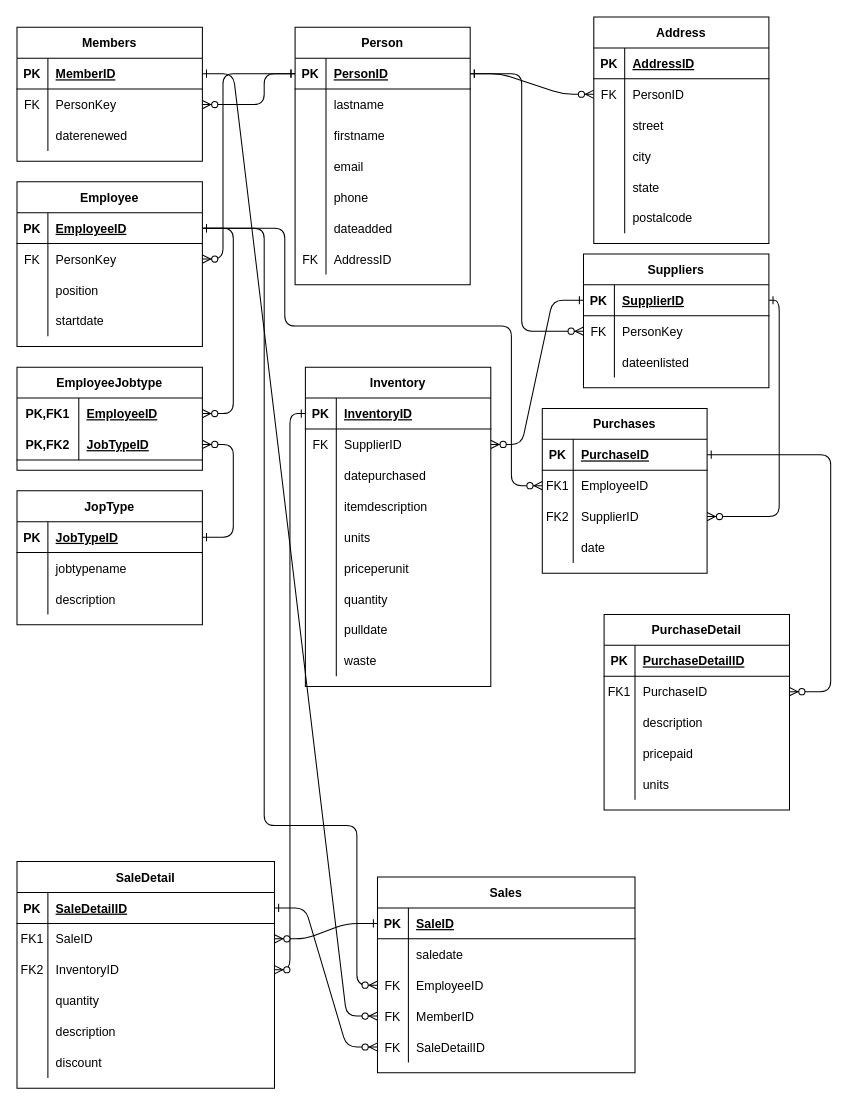
Above: Co-opERD.drawio in cavinginrainbows/databasedev (draw.io), before the change. Source tidied: cells renumbered, new cells numbered last; positions are measured from the earlier drawing's top-left corner, leaving out a move shared by most shapes. Both pictures are drawn from the tidied source at 103%, with x=0, y=0 at pixel (16, 16).
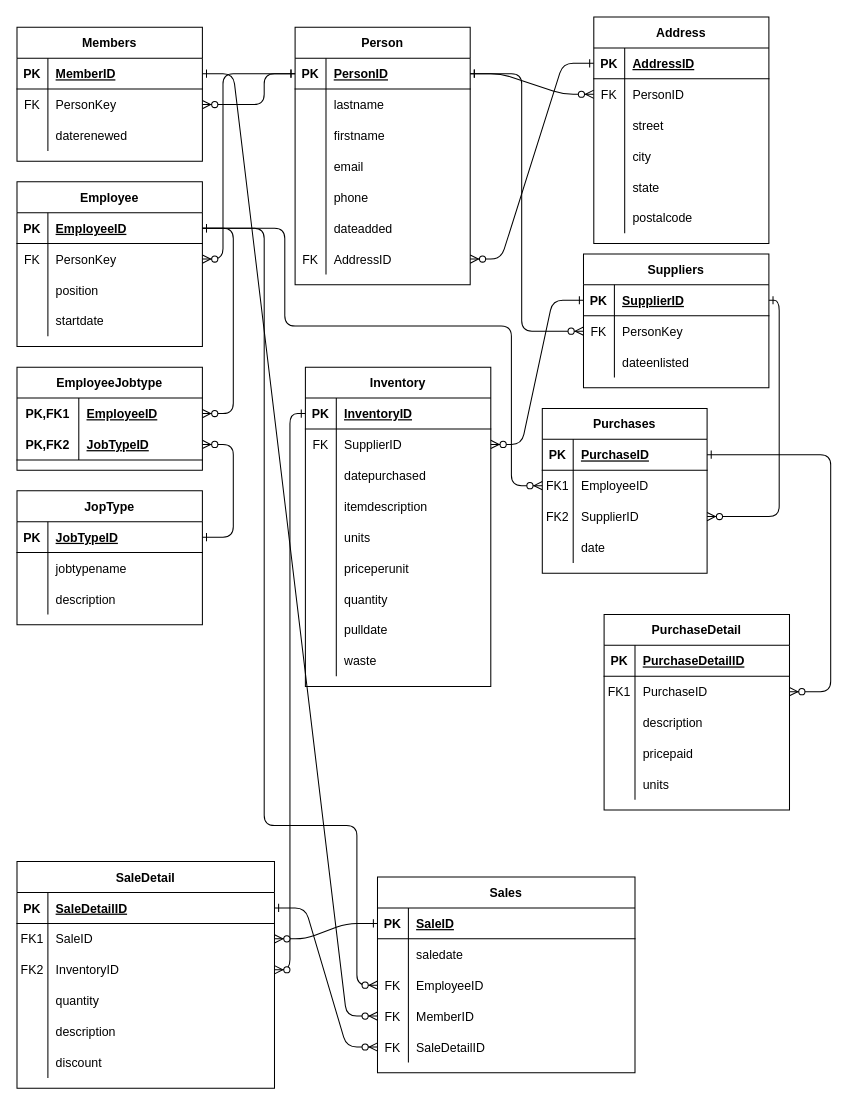
Above is the later version.

The change refers to these unchanged cells:
```xml
<mxCell id="94" style="shape=partialRectangle;fillColor=none;points=[[0,0.5],[1,0.5]];portConstraint=eastwest;top=0;left=0;right=0;bottom=0;" parent="75" vertex="1">
  <mxGeometry y="210" width="170" height="30" as="geometry" />
</mxCell>
<mxCell id="145" style="shape=partialRectangle;fillColor=none;points=[[0,0.5],[1,0.5]];portConstraint=eastwest;top=0;left=0;right=0;bottom=1;" parent="144" vertex="1">
  <mxGeometry y="30" width="170" height="30" as="geometry" />
</mxCell>
```

The edit, as a diff of the source:
```diff
@@
+    <mxCell id="200" style="edgeStyle=entityRelationEdgeStyle;endArrow=ERzeroToMany;startArrow=ERone;endFill=1;startFill=0;entryX=1;entryY=0.5;entryDx=0;entryDy=0;exitX=0;exitY=0.5;exitDx=0;exitDy=0;" parent="1" edge="1" source="145" target="94">
+      <mxGeometry relative="1" as="geometry" />
+    </mxCell>
```
